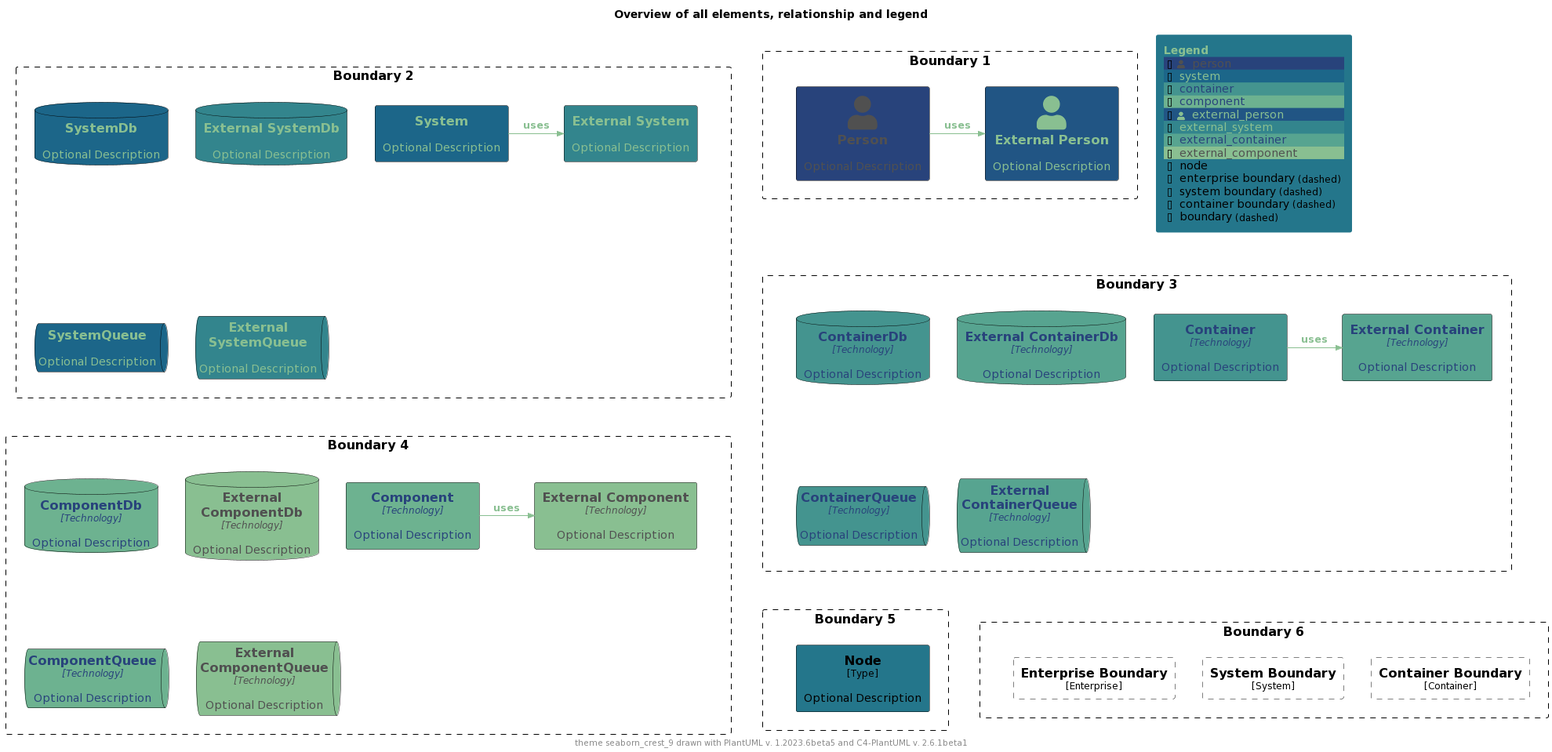
Before: palettes/puml-theme-seaborn_crest_9-example.png, a diagram exported from PlantUML (mweagle/C4-PlantUML-Themes). Source of this version:
```plantuml
@startuml
!$THEME = "seaborn_crest_9"

!function $textcolor($bgColor)
!if $bgcolor == $COLOR_INDEX_4 || $bgcolor == $COLOR_INDEX_5
!return $COLOR_TEXT_FALLBACK_COLOR
!elseif $bgColor == $COLOR_INDEX_8
!return $COLOR_TEXT_FALLBACK_COLOR
!elseif $bgColor == $COLOR_INDEX_0
!return $COLOR_TEXT_FALLBACK_COLOR
!elseif %is_light($bgColor)
!return $COLOR_TEXT_DARK
!else
!return $COLOR_TEXT_LIGHT
!endif
!endfunction

!$COLOR_INDEX_0="#89bf91"
!$COLOR_INDEX_1="#6db290"
!$COLOR_INDEX_2="#57a490"
!$COLOR_INDEX_3="#44948f"
!$COLOR_INDEX_4="#33858d"
!$COLOR_INDEX_5="#24768b"
!$COLOR_INDEX_6="#1c6689"
!$COLOR_INDEX_7="#215584"
!$COLOR_INDEX_8="#28437b"
!$COLOR_BORDER_COLOR="#000000"

!$COLOR_TEXT_LIGHT=$COLOR_INDEX_0
!$COLOR_TEXT_DARK=$COLOR_INDEX_8
!$COLOR_TEXT_NEUTRAL=$textcolor($COLOR_INDEX_4)
!$COLOR_REL_COLOR=$textcolor($COLOR_INDEX_0)

!$COLOR_TEXT_FALLBACK_COLOR ?= "#505050"



!$STEREOTYPE_FONT_SIZE ?= 12
!$TECHN_FONT_SIZE ?= 12

!$ELEMENT_FONT_COLOR ?= $COLOR_TEXT_NEUTRAL

!$ARROW_COLOR ?= $COLOR_TEXT_NEUTRAL
!$ARROW_FONT_COLOR ?= $COLOR_TEXT_NEUTRAL
!$ARROW_FONT_SIZE ?= 12

!$BOUNDARY_COLOR ?= $COLOR_BORDER_COLOR
!$BOUNDARY_BG_COLOR ?= "transparent"
!$BOUNDARY_BORDER_STYLE ?= "dashed"

!$PERSON_FONT_COLOR ?= $textcolor($COLOR_INDEX_8)
!$PERSON_BG_COLOR ?= $COLOR_INDEX_8
!$PERSON_BORDER_COLOR ?= $COLOR_BORDER_COLOR

!$EXTERNAL_PERSON_FONT_COLOR ?= $textcolor($COLOR_INDEX_7)
!$EXTERNAL_PERSON_BG_COLOR ?= $COLOR_INDEX_7
!$EXTERNAL_PERSON_BORDER_COLOR ?= $COLOR_BORDER_COLOR

!$SYSTEM_FONT_COLOR ?= $textcolor($COLOR_INDEX_6)
!$SYSTEM_BG_COLOR ?= $COLOR_INDEX_6
!$SYSTEM_BORDER_COLOR ?= $COLOR_BORDER_COLOR

!$EXTERNAL_SYSTEM_FONT_COLOR ?= $textcolor($COLOR_INDEX_4)
!$EXTERNAL_SYSTEM_BG_COLOR ?= $COLOR_INDEX_4
!$EXTERNAL_SYSTEM_BORDER_COLOR ?= $COLOR_BORDER_COLOR

!$SYSTEM_BOUNDARY_COLOR ?= $BOUNDARY_COLOR
!$SYSTEM_BOUNDARY_BG_COLOR ?= $BOUNDARY_BG_COLOR
!$SYSTEM_BOUNDARY_BORDER_STYLE ?= $BOUNDARY_BORDER_STYLE

!$ENTERPRISE_BOUNDARY_COLOR ?= $BOUNDARY_COLOR
!$ENTERPRISE_BOUNDARY_BG_COLOR ?= $BOUNDARY_BG_COLOR
!$ENTERPRISE_BOUNDARY_BORDER_STYLE ?= $BOUNDARY_BORDER_STYLE

!$CONTAINER_FONT_COLOR ?= $COLOR_TEXT_DARK
!$CONTAINER_BG_COLOR ?= $COLOR_INDEX_3
!$CONTAINER_BORDER_COLOR ?= $COLOR_BORDER_COLOR

!$EXTERNAL_CONTAINER_FONT_COLOR ?= $textcolor($COLOR_INDEX_2)
!$EXTERNAL_CONTAINER_BG_COLOR ?= $COLOR_INDEX_2
!$EXTERNAL_CONTAINER_BORDER_COLOR ?= $COLOR_BORDER_COLOR

!$CONTAINER_BOUNDARY_COLOR ?= $BOUNDARY_COLOR
!$CONTAINER_BOUNDARY_BG_COLOR ?= $BOUNDARY_BG_COLOR
!$CONTAINER_BOUNDARY_BORDER_STYLE ?= $BOUNDARY_BORDER_STYLE

!$COMPONENT_FONT_COLOR ?= $COLOR_TEXT_DARK
!$COMPONENT_BG_COLOR ?= $COLOR_INDEX_1
!$COMPONENT_BORDER_COLOR ?= $COLOR_BORDER_COLOR

!$EXTERNAL_COMPONENT_FONT_COLOR ?= $textcolor($COLOR_INDEX_0)
!$EXTERNAL_COMPONENT_BG_COLOR ?= $COLOR_INDEX_0
!$EXTERNAL_COMPONENT_BORDER_COLOR ?= $COLOR_BORDER_COLOR

!$NODE_FONT_COLOR ?= "#000000"
!$NODE_BG_COLOR ?= $COLOR_INDEX_5
!$NODE_BORDER_COLOR ?= $COLOR_BORDER_COLOR

!$LEGEND_TITLE_COLOR ?= $COLOR_INDEX_0
!$LEGEND_FONT_COLOR ?= $textcolor($COLOR_INDEX_5)
!$LEGEND_BG_COLOR ?= $COLOR_INDEX_5
!$LEGEND_BORDER_COLOR ?= $COLOR_INDEX_5
!$LEGEND_DARK_COLOR ?= $COLOR_TEXT_DARK
!$LEGEND_LIGHT_COLOR ?= $COLOR_TEXT_LIGHT

!$LEGEND_DETAILS_SMALL_SIZE ?= 8
!$LEGEND_DETAILS_NORMAL_SIZE ?= 12

!$LEGEND_SHADOW_TEXT ?= "shadow"
!$LEGEND_NO_SHADOW_TEXT ?= "no shadow"
!$LEGEND_NO_FONT_BG_TEXT ?= "last text and back color"
!$LEGEND_NO_FONT_TEXT ?= "last text color"
!$LEGEND_NO_BG_TEXT ?= "last back color"
!$LEGEND_NO_LINE_TEXT ?= "last line color"
!$LEGEND_ROUNDED_BOX ?= "rounded box"
!$LEGEND_EIGHT_SIDED ?= "eight sided"
!$LEGEND_DOTTED_LINE ?= "dotted"
!$LEGEND_DASHED_LINE ?= "dashed"
!$LEGEND_BOLD_LINE ?= "bold"
!$LEGEND_BOUNDARY ?= "boundary"
!$LEGEND_DASHED_BOUNDARY ?= "dashed"
!$LEGEND_DASHED_TRANSPARENT_BOUNDARY ?= "dashed"

!$SKETCH_BG_COLOR ?= "transparent"
!$SKETCH_FONT_COLOR ?= $textcolor($COLOR_INDEX_8)
!$SKETCH_WARNING_COLOR ?= $COLOR_INDEX_8

!$SKETCH_FONT_NAME ?= "Gochi Hand"

!$SKETCH_FOOTER_WARNING ?= "Warning:"
!$SKETCH_FOOTER_TEXT ?= "Created for discussion, needs to be validated"

!$ROUNDED_BOX_SIZE ?= 25
!$EIGHT_SIDED_SIZE ?= 18

!include https://raw.githubusercontent.com/plantuml-stdlib/C4-PlantUML/master/percy/TestAllElementsWithLegend.puml
@enduml
```
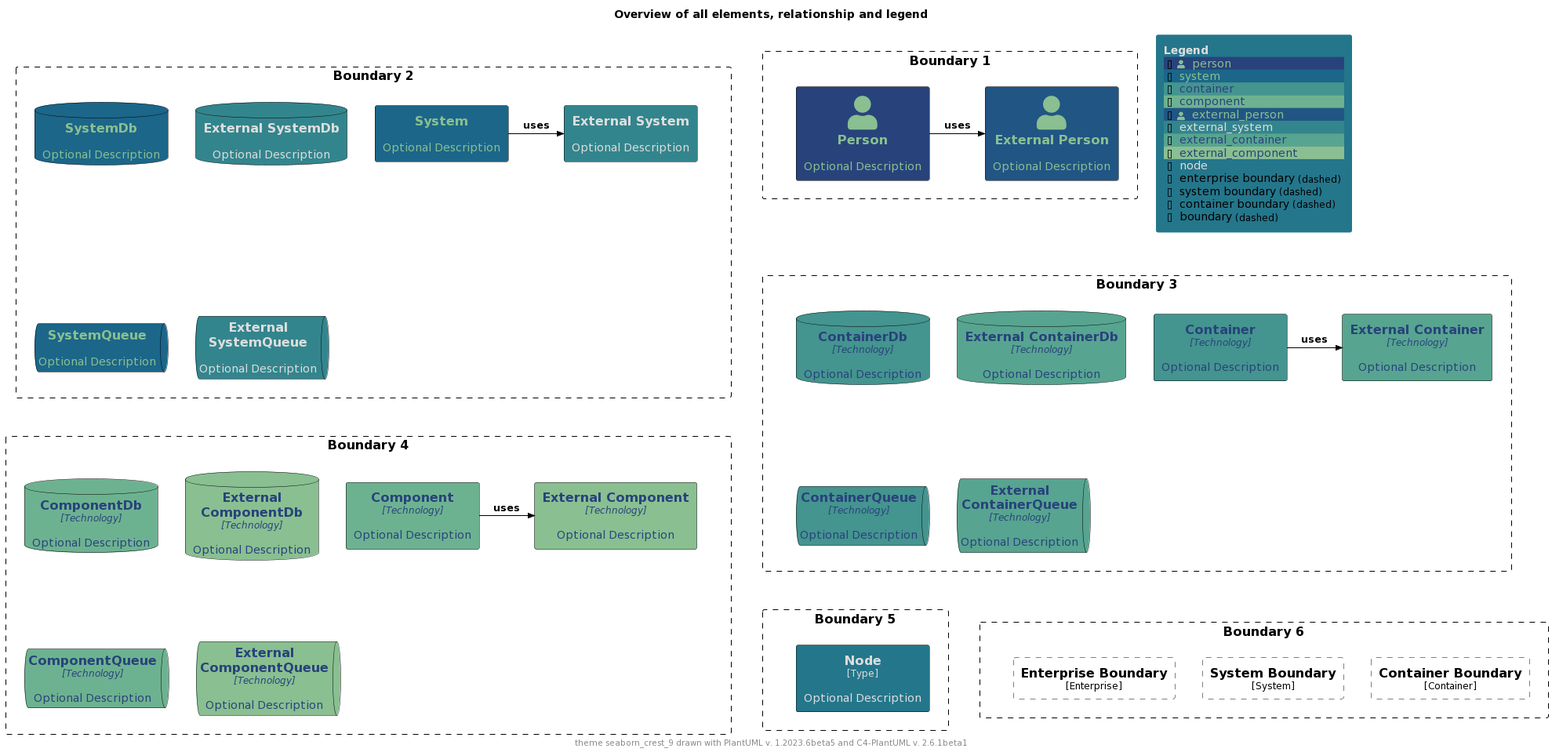
Later version of the same file.

The edit, as a diff of the source:
```diff
@@ -2,16 +2,16 @@
 !$THEME = "seaborn_crest_9"
 
 !function $textcolor($bgColor)
-!if $bgcolor == $COLOR_INDEX_4 || $bgcolor == $COLOR_INDEX_5
+!if $bgColor == $COLOR_INDEX_0 || $bgColor == $COLOR_INDEX_1 || $bgColor == $COLOR_INDEX_2 || $bgColor == $COLOR_INDEX_3
+!return $COLOR_INDEX_8
+!elseif $bgColor == $COLOR_INDEX_6 || $bgColor == $COLOR_INDEX_7 || $bgColor == $COLOR_INDEX_8
+!return $COLOR_INDEX_0
+!elseif %is_light($bgColor)
+!return "#222222"
+!elseif %is_dark($bgColor)
+!return "#dddddd"
+!else
 !return $COLOR_TEXT_FALLBACK_COLOR
-!elseif $bgColor == $COLOR_INDEX_8
-!return $COLOR_TEXT_FALLBACK_COLOR
-!elseif $bgColor == $COLOR_INDEX_0
-!return $COLOR_TEXT_FALLBACK_COLOR
-!elseif %is_light($bgColor)
-!return $COLOR_TEXT_DARK
-!else
-!return $COLOR_TEXT_LIGHT
 !endif
 !endfunction
 
@@ -29,39 +29,37 @@
 !$COLOR_TEXT_LIGHT=$COLOR_INDEX_0
 !$COLOR_TEXT_DARK=$COLOR_INDEX_8
 !$COLOR_TEXT_NEUTRAL=$textcolor($COLOR_INDEX_4)
-!$COLOR_REL_COLOR=$textcolor($COLOR_INDEX_0)
+!$COLOR_REL_COLOR=$textcolor($COLOR_INDEX_8)
 
-!$COLOR_TEXT_FALLBACK_COLOR ?= "#505050"
-
-
+!$COLOR_TEXT_FALLBACK_COLOR ?= "#000000"
 
 !$STEREOTYPE_FONT_SIZE ?= 12
 !$TECHN_FONT_SIZE ?= 12
 
-!$ELEMENT_FONT_COLOR ?= $COLOR_TEXT_NEUTRAL
+!$ELEMENT_FONT_COLOR ?= $COLOR_TEXT_FALLBACK_COLOR
 
-!$ARROW_COLOR ?= $COLOR_TEXT_NEUTRAL
-!$ARROW_FONT_COLOR ?= $COLOR_TEXT_NEUTRAL
+!$ARROW_COLOR ?= $COLOR_TEXT_FALLBACK_COLOR
+!$ARROW_FONT_COLOR ?= $COLOR_TEXT_FALLBACK_COLOR
 !$ARROW_FONT_SIZE ?= 12
 
 !$BOUNDARY_COLOR ?= $COLOR_BORDER_COLOR
 !$BOUNDARY_BG_COLOR ?= "transparent"
 !$BOUNDARY_BORDER_STYLE ?= "dashed"
 
-!$PERSON_FONT_COLOR ?= $textcolor($COLOR_INDEX_8)
 !$PERSON_BG_COLOR ?= $COLOR_INDEX_8
+!$PERSON_FONT_COLOR ?= $textcolor($PERSON_BG_COLOR)
 !$PERSON_BORDER_COLOR ?= $COLOR_BORDER_COLOR
 
-!$EXTERNAL_PERSON_FONT_COLOR ?= $textcolor($COLOR_INDEX_7)
 !$EXTERNAL_PERSON_BG_COLOR ?= $COLOR_INDEX_7
+!$EXTERNAL_PERSON_FONT_COLOR ?= $textcolor($EXTERNAL_PERSON_BG_COLOR)
 !$EXTERNAL_PERSON_BORDER_COLOR ?= $COLOR_BORDER_COLOR
 
-!$SYSTEM_FONT_COLOR ?= $textcolor($COLOR_INDEX_6)
 !$SYSTEM_BG_COLOR ?= $COLOR_INDEX_6
+!$SYSTEM_FONT_COLOR ?= $textcolor($SYSTEM_BG_COLOR)
 !$SYSTEM_BORDER_COLOR ?= $COLOR_BORDER_COLOR
 
-!$EXTERNAL_SYSTEM_FONT_COLOR ?= $textcolor($COLOR_INDEX_4)
 !$EXTERNAL_SYSTEM_BG_COLOR ?= $COLOR_INDEX_4
+!$EXTERNAL_SYSTEM_FONT_COLOR ?= $textcolor($EXTERNAL_SYSTEM_BG_COLOR)
 !$EXTERNAL_SYSTEM_BORDER_COLOR ?= $COLOR_BORDER_COLOR
 
 !$SYSTEM_BOUNDARY_COLOR ?= $BOUNDARY_COLOR
@@ -72,31 +70,31 @@
 !$ENTERPRISE_BOUNDARY_BG_COLOR ?= $BOUNDARY_BG_COLOR
 !$ENTERPRISE_BOUNDARY_BORDER_STYLE ?= $BOUNDARY_BORDER_STYLE
 
-!$CONTAINER_FONT_COLOR ?= $COLOR_TEXT_DARK
 !$CONTAINER_BG_COLOR ?= $COLOR_INDEX_3
+!$CONTAINER_FONT_COLOR ?= $textcolor($CONTAINER_BG_COLOR)
 !$CONTAINER_BORDER_COLOR ?= $COLOR_BORDER_COLOR
 
-!$EXTERNAL_CONTAINER_FONT_COLOR ?= $textcolor($COLOR_INDEX_2)
 !$EXTERNAL_CONTAINER_BG_COLOR ?= $COLOR_INDEX_2
+!$EXTERNAL_CONTAINER_FONT_COLOR ?= $textcolor($EXTERNAL_CONTAINER_BG_COLOR)
 !$EXTERNAL_CONTAINER_BORDER_COLOR ?= $COLOR_BORDER_COLOR
 
 !$CONTAINER_BOUNDARY_COLOR ?= $BOUNDARY_COLOR
 !$CONTAINER_BOUNDARY_BG_COLOR ?= $BOUNDARY_BG_COLOR
 !$CONTAINER_BOUNDARY_BORDER_STYLE ?= $BOUNDARY_BORDER_STYLE
 
-!$COMPONENT_FONT_COLOR ?= $COLOR_TEXT_DARK
 !$COMPONENT_BG_COLOR ?= $COLOR_INDEX_1
+!$COMPONENT_FONT_COLOR ?= $textcolor($COMPONENT_BG_COLOR)
 !$COMPONENT_BORDER_COLOR ?= $COLOR_BORDER_COLOR
 
-!$EXTERNAL_COMPONENT_FONT_COLOR ?= $textcolor($COLOR_INDEX_0)
 !$EXTERNAL_COMPONENT_BG_COLOR ?= $COLOR_INDEX_0
+!$EXTERNAL_COMPONENT_FONT_COLOR ?= $textcolor($EXTERNAL_COMPONENT_BG_COLOR)
 !$EXTERNAL_COMPONENT_BORDER_COLOR ?= $COLOR_BORDER_COLOR
 
-!$NODE_FONT_COLOR ?= "#000000"
 !$NODE_BG_COLOR ?= $COLOR_INDEX_5
+!$NODE_FONT_COLOR ?= $textcolor($NODE_BG_COLOR)
 !$NODE_BORDER_COLOR ?= $COLOR_BORDER_COLOR
 
-!$LEGEND_TITLE_COLOR ?= $COLOR_INDEX_0
+!$LEGEND_TITLE_COLOR ?= $textcolor($COLOR_INDEX_5)
 !$LEGEND_FONT_COLOR ?= $textcolor($COLOR_INDEX_5)
 !$LEGEND_BG_COLOR ?= $COLOR_INDEX_5
 !$LEGEND_BORDER_COLOR ?= $COLOR_INDEX_5
@@ -122,8 +120,8 @@
 !$LEGEND_DASHED_TRANSPARENT_BOUNDARY ?= "dashed"
 
 !$SKETCH_BG_COLOR ?= "transparent"
-!$SKETCH_FONT_COLOR ?= $textcolor($COLOR_INDEX_8)
-!$SKETCH_WARNING_COLOR ?= $COLOR_INDEX_8
+!$SKETCH_FONT_COLOR ?= $COLOR_INDEX_8
+!$SKETCH_WARNING_COLOR ?= $COLOR_INDEX_0
 
 !$SKETCH_FONT_NAME ?= "Gochi Hand"
 
@@ -133,5 +131,84 @@
 !$ROUNDED_BOX_SIZE ?= 25
 !$EIGHT_SIDED_SIZE ?= 18
 
-!include https://raw.githubusercontent.com/plantuml-stdlib/C4-PlantUML/master/percy/TestAllElementsWithLegend.puml
+
+
+!if %variable_exists("RELATIVE_INCLUDE")
+  !include %get_variable_value("RELATIVE_INCLUDE")/C4_Component.puml
+  !include %get_variable_value("RELATIVE_INCLUDE")/C4_Deployment.puml
+!else
+  !include https://raw.githubusercontent.com/plantuml-stdlib/C4-PlantUML/master/C4_Component.puml
+  !include https://raw.githubusercontent.com/plantuml-stdlib/C4-PlantUML/master/C4_Deployment.puml
+!endif
+
+SetDefaultLegendEntries("person\nsystem\ncontainer\ncomponent\nexternal_person\nexternal_system\nexternal_container\nexternal_component\nnode\nenterprise_boundary\nsystem_boundary\ncontainer_boundary\nboundary")
+
+title Overview of all elements, relationship and legend
+
+footer theme $THEME drawn with PlantUML v. %version() and C4-PlantUML v. C4Version()
+
+Boundary(b2, "Boundary 2") {
+  System(system, "System", "Optional Description")
+  System_Ext(externalSystem, "External System", "Optional Description")
+  Rel_R(system, externalSystem, "uses")
+
+  SystemDb(systemDb, "SystemDb", "Optional Description")
+  SystemDb_Ext(externalSystemDb, "External SystemDb", "Optional Description")
+  SystemQueue(systemQueue, "SystemQueue", "Optional Description")
+  SystemQueue_Ext(externalSystemQueue, "External SystemQueue", "Optional Description")
+}
+
+Boundary(b1, "Boundary 1") {
+  Person(person, "Person", "Optional Description")
+  Person_Ext(externalPerson, "External Person", "Optional Description")
+  Rel_R(person, externalPerson, "uses")
+}
+
+Boundary(b3, "Boundary 3") {
+  Container(container, "Container", "Technology", "Optional Description")
+  Container_Ext(externalContainer, "External Container", "Technology", "Optional Description")
+  Rel_R(container, externalContainer, "uses")
+
+  ContainerDb(containerDb, "ContainerDb", "Technology", "Optional Description")
+  ContainerDb_Ext(externalContainerDb, "External ContainerDb", "Technology", "Optional Description")
+  ContainerQueue(containerQueue, "ContainerQueue", "Technology", "Optional Description")
+  ContainerQueue_Ext(externalContainerQueue, "External ContainerQueue", "Technology", "Optional Description")
+}
+
+Boundary(b4, "Boundary 4") {
+  Component(component, "Component", "Technology", "Optional Description")
+  Component_Ext(externalComponent, "External Component", "Technology", "Optional Description")
+  Rel_R(component, externalComponent, "uses")
+
+  ComponentDb(componentDb, "ComponentDb", "Technology", "Optional Description")
+  ComponentDb_Ext(externalComponentDb, "External ComponentDb", "Technology", "Optional Description")
+  ComponentQueue(componentQueue, "ComponentQueue", "Technology", "Optional Description")
+  ComponentQueue_Ext(externalComponentQueue, "External ComponentQueue", "Technology", "Optional Description")
+}
+
+Boundary(b5, "Boundary 5") {
+  Node(node, "Node", "Type", "Optional Description")
+}
+
+Boundary(b6, "Boundary 6") {
+  Enterprise_Boundary(eb, "Enterprise Boundary") {
+  }
+
+  System_Boundary(sb, "System Boundary") {
+  }
+
+  Container_Boundary(cb, "Container Boundary") {
+  }
+
+  Lay_R(eb,sb)
+  Lay_R(sb,cb)
+}
+
+Lay_D(b2,b3)
+Lay_R(b2,b1)
+Lay_D(b3,b4)
+Lay_D(b4,b5)
+Lay_R(b5,b6)
+
+SHOW_FLOATING_LEGEND()
 @enduml
```
